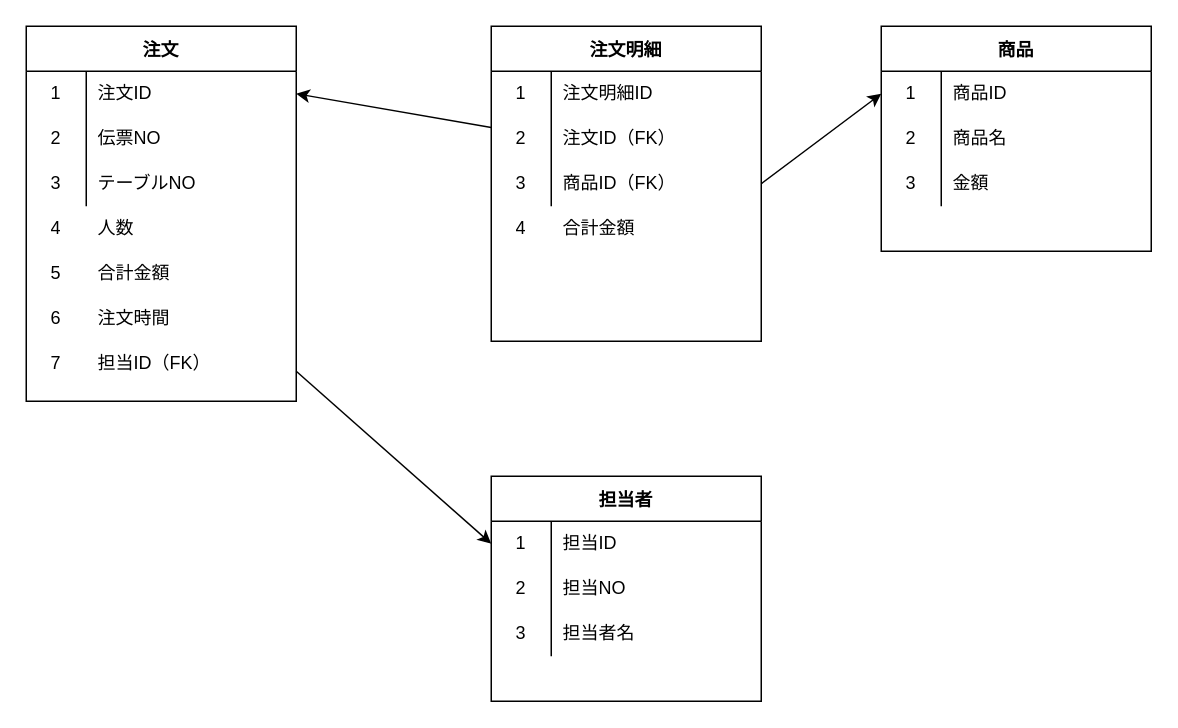
This is database/Order.drawio from Takao-Yamasaki/tech-essentails, a draw.io file, before an edit. Source tidied: cells renumbered, new cells numbered last; positions are measured from the earlier drawing's top-left corner, leaving out a move shared by most shapes. Both pictures are drawn from the tidied source at 150%, with x=0, y=0 at pixel (26, 26).
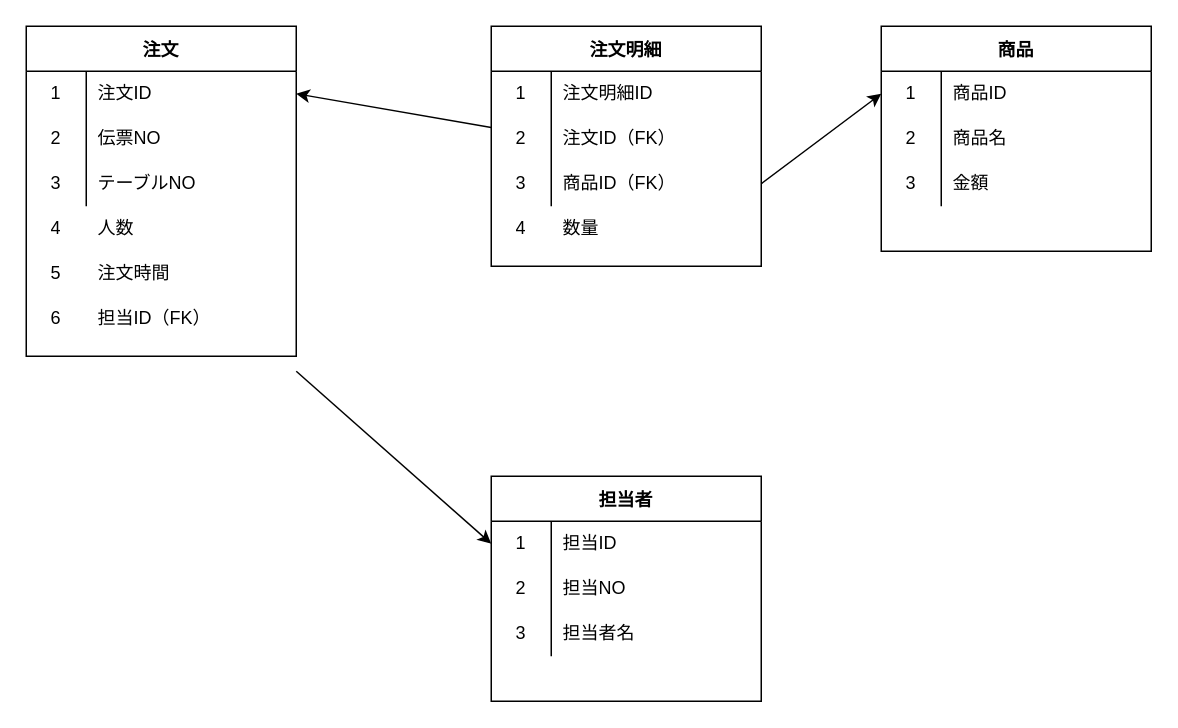
The same page after the edit.

The edit, as a diff of the source:
```diff
@@
     <mxCell id="2" value="注文" style="shape=table;startSize=30;childLayout=tableLayout;rowLines=0;fontStyle=1;" parent="1" vertex="1">
-      <mxGeometry width="180" height="250" as="geometry" />
+      <mxGeometry width="180" height="220" as="geometry" />
     </mxCell>
@@
-    <mxCell id="15" value="合計金額" style="shape=partialRectangle;html=1;whiteSpace=wrap;fillColor=none;top=0;left=0;bottom=0;right=0;align=left;spacingLeft=6;overflow=hidden;" parent="1" vertex="1">
-      <mxGeometry x="40" y="150" width="140" height="30" as="geometry" />
-    </mxCell>
     <mxCell id="16" value="注文時間" style="shape=partialRectangle;html=1;whiteSpace=wrap;fillColor=none;top=0;left=0;bottom=0;right=0;align=left;spacingLeft=6;overflow=hidden;" parent="1" vertex="1">
-      <mxGeometry x="40" y="180" width="140" height="30" as="geometry" />
+      <mxGeometry x="40" y="150" width="140" height="30" as="geometry" />
     </mxCell>
@@
     <mxCell id="18" value="注文明細" style="shape=table;startSize=30;childLayout=tableLayout;rowLines=0;fontStyle=1;" parent="1" vertex="1">
-      <mxGeometry x="310" width="180" height="210" as="geometry" />
+      <mxGeometry x="310" width="180" height="160" as="geometry" />
     </mxCell>
@@
-    <mxCell id="28" value="合計金額" style="shape=partialRectangle;html=1;whiteSpace=wrap;fillColor=none;top=0;left=0;bottom=0;right=0;align=left;spacingLeft=6;overflow=hidden;" parent="1" vertex="1">
+    <mxCell id="28" value="数量" style="shape=partialRectangle;html=1;whiteSpace=wrap;fillColor=none;top=0;left=0;bottom=0;right=0;align=left;spacingLeft=6;overflow=hidden;" parent="1" vertex="1">
       <mxGeometry x="350" y="120" width="140" height="30" as="geometry" />
     </mxCell>
@@
-    <mxCell id="50" value="7" style="shape=partialRectangle;html=1;whiteSpace=wrap;fillColor=none;top=0;left=0;bottom=0;right=0;overflow=hidden;" parent="1" vertex="1">
-      <mxGeometry y="210" width="40" height="30" as="geometry" />
-    </mxCell>
     <mxCell id="51" value="担当ID（FK）" style="shape=partialRectangle;html=1;whiteSpace=wrap;fillColor=none;top=0;left=0;bottom=0;right=0;align=left;spacingLeft=6;overflow=hidden;" parent="1" vertex="1">
-      <mxGeometry x="40" y="210" width="140" height="30" as="geometry" />
+      <mxGeometry x="40" y="180" width="140" height="30" as="geometry" />
     </mxCell>
```
